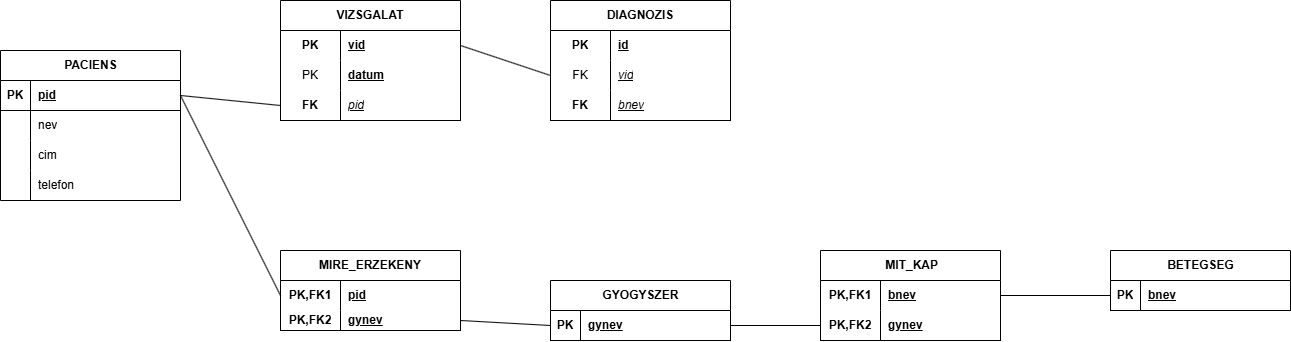
lovasij/fptz keeps this draw.io diagram as web/ermodell.png. Above is the earlier version. Source tidied: cells renumbered, new cells last; positions are measured from the earlier drawing's top-left corner, leaving out a move shared by most shapes.
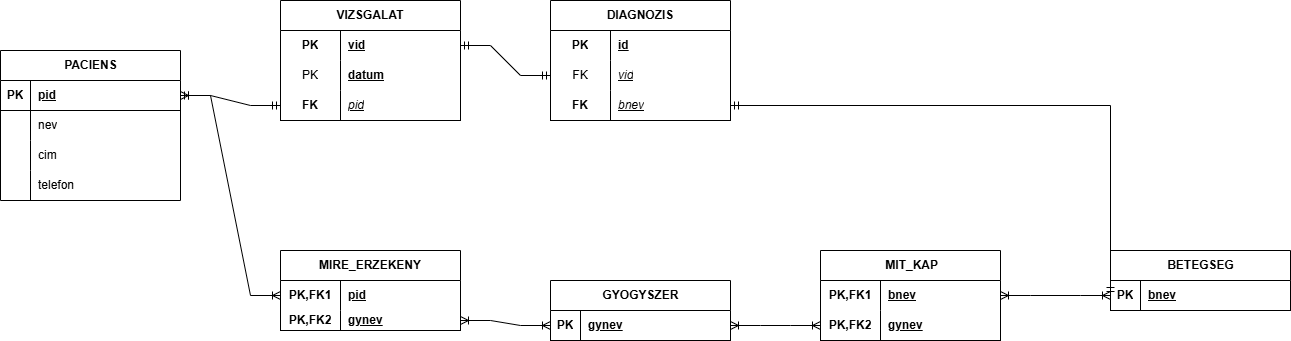
The same diagram one commit later.

What changed in the source:
```diff
@@ -167,23 +167,30 @@
     <mxCell id="56" value="&lt;span style=&quot;font-weight: 400;&quot;&gt;&lt;i&gt;bnev&lt;/i&gt;&lt;/span&gt;" style="shape=partialRectangle;fillColor=none;top=0;left=0;bottom=0;right=0;align=left;spacingLeft=6;fontStyle=5;overflow=hidden;html=1;whiteSpace=wrap;" parent="54" vertex="1">
       <mxGeometry x="60" width="120" height="30" as="geometry" />
     </mxCell>
-    <mxCell id="57" style="endArrow=none;html=1;rounded=0;exitX=0;exitY=0.5;exitDx=0;exitDy=0;entryX=1;entryY=0.5;entryDx=0;entryDy=0;" parent="1" edge="1" source="16" target="24">
-      <mxGeometry relative="1" as="geometry" />
-    </mxCell>
-    <mxCell id="58" style="endArrow=none;html=1;rounded=0;exitX=0;exitY=0.5;exitDx=0;exitDy=0;entryX=1;entryY=0.5;entryDx=0;entryDy=0;" parent="1" edge="1" source="27" target="20">
-      <mxGeometry relative="1" as="geometry" />
-    </mxCell>
+    <mxCell id="61" style="edgeStyle=entityRelationEdgeStyle;fontSize=12;html=1;endArrow=ERoneToMany;startArrow=ERoneToMany;rounded=0;entryX=0;entryY=0.5;entryDx=0;entryDy=0;exitX=1;exitY=0.5;exitDx=0;exitDy=0;" parent="1" edge="1" source="3" target="41">
+      <mxGeometry relative="1" as="geometry" />
+    </mxCell>
+    <mxCell id="62" style="edgeStyle=entityRelationEdgeStyle;fontSize=12;html=1;endArrow=ERoneToMany;startArrow=ERoneToMany;rounded=0;entryX=0;entryY=0.5;entryDx=0;entryDy=0;exitX=1;exitY=0.5;exitDx=0;exitDy=0;" parent="1" edge="1" source="44" target="20">
+      <mxGeometry relative="1" as="geometry" />
+    </mxCell>
+    <mxCell id="63" style="edgeStyle=entityRelationEdgeStyle;fontSize=12;html=1;endArrow=ERoneToMany;startArrow=ERoneToMany;rounded=0;entryX=0;entryY=0.5;entryDx=0;entryDy=0;exitX=1;exitY=0.5;exitDx=0;exitDy=0;" parent="1" edge="1" source="20" target="27">
+      <mxGeometry relative="1" as="geometry" />
+    </mxCell>
+    <mxCell id="64" style="edgeStyle=entityRelationEdgeStyle;fontSize=12;html=1;endArrow=ERoneToMany;startArrow=ERoneToMany;rounded=0;entryX=0;entryY=0.5;entryDx=0;entryDy=0;exitX=1;exitY=0.5;exitDx=0;exitDy=0;" parent="1" edge="1" source="24" target="16">
+      <mxGeometry relative="1" as="geometry" />
+    </mxCell>
-    <mxCell id="59" style="endArrow=none;html=1;rounded=0;exitX=1;exitY=0.5;exitDx=0;exitDy=0;entryX=0;entryY=0.5;entryDx=0;entryDy=0;" parent="1" edge="1" source="3" target="37">
+    <mxCell id="59" style="edgeStyle=entityRelationEdgeStyle;fontSize=12;html=1;endArrow=ERmandOne;startArrow=ERmandOne;rounded=0;exitX=1;exitY=0.5;exitDx=0;exitDy=0;entryX=0;entryY=0.5;entryDx=0;entryDy=0;" parent="1" edge="1" source="3" target="37">
       <mxGeometry relative="1" as="geometry" />
     </mxCell>
-    <mxCell id="60" style="endArrow=none;html=1;rounded=0;exitX=1;exitY=0.5;exitDx=0;exitDy=0;entryX=0;entryY=0.5;entryDx=0;entryDy=0;" parent="1" edge="1" source="31" target="51">
+    <mxCell id="60" style="edgeStyle=entityRelationEdgeStyle;fontSize=12;html=1;endArrow=ERmandOne;startArrow=ERmandOne;rounded=0;exitX=1;exitY=0.5;exitDx=0;exitDy=0;entryX=0;entryY=0.5;entryDx=0;entryDy=0;" parent="1" edge="1" source="31" target="51">
       <mxGeometry relative="1" as="geometry" />
     </mxCell>
-    <mxCell id="61" style="endArrow=none;html=1;rounded=0;exitX=1;exitY=0.5;exitDx=0;exitDy=0;entryX=0;entryY=0.5;entryDx=0;entryDy=0;" parent="1" edge="1" source="3" target="41">
-      <mxGeometry relative="1" as="geometry" />
-    </mxCell>
-    <mxCell id="62" style="endArrow=none;html=1;rounded=0;exitX=1;exitY=0.5;exitDx=0;exitDy=0;entryX=0;entryY=0.5;entryDx=0;entryDy=0;" parent="1" edge="1" source="44" target="20">
-      <mxGeometry relative="1" as="geometry" />
-    </mxCell>
+    <mxCell id="65" style="edgeStyle=elbowEdgeStyle;fontSize=12;html=1;endArrow=ERmandOne;startArrow=ERmandOne;rounded=0;exitX=1;exitY=0.5;exitDx=0;exitDy=0;entryX=0;entryY=0.75;entryDx=0;entryDy=0;elbow=vertical;" parent="1" edge="1" source="54" target="15">
+      <mxGeometry relative="1" as="geometry">
+        <Array as="points">
+          <mxPoint x="1020" y="105" />
+        </Array>
+      </mxGeometry>
+    </mxCell>
   </root>
 </mxGraphModel>
```
